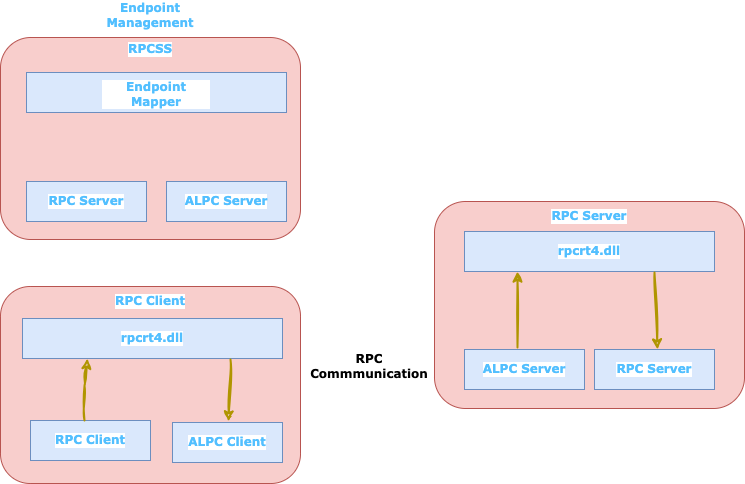
Above: Architecture.drawio.png in raghavmishra/diagrams (draw.io), before the change. Source tidied: cells renumbered, new cells last; positions are measured from the earlier drawing's top-left corner, leaving out a move shared by most shapes.
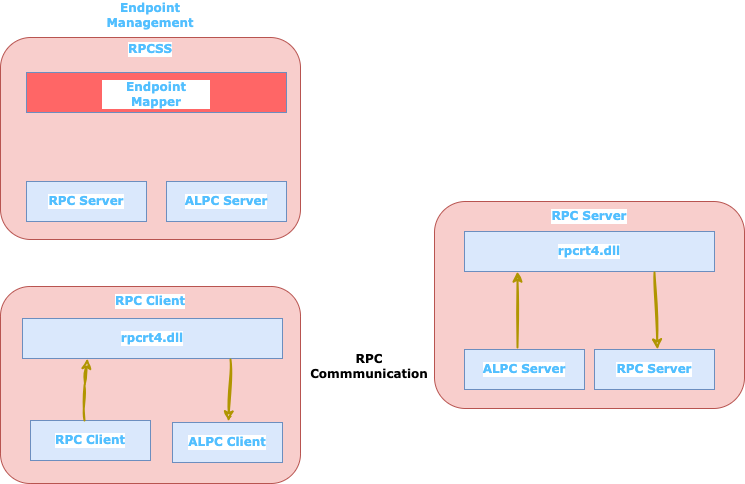
The same file after the commit.

The edit, as a diff of the source:
```diff
@@ -29,7 +29,7 @@
     <mxCell id="10" value="ALPC Client" style="rounded=0;whiteSpace=wrap;html=1;fillColor=#dae8fc;strokeColor=#6c8ebf;labelBackgroundColor=default;fontFamily=Verdana;fontStyle=1;fontColor=#52BFFF;" parent="1" vertex="1">
       <mxGeometry x="172" y="422" width="110" height="40" as="geometry" />
     </mxCell>
-    <mxCell id="11" style="rounded=0;whiteSpace=wrap;html=1;fillColor=#dae8fc;strokeColor=#6c8ebf;" parent="1" vertex="1">
+    <mxCell id="11" style="rounded=0;whiteSpace=wrap;html=1;fillColor=#FF6666;strokeColor=#6c8ebf;" parent="1" vertex="1">
       <mxGeometry x="26" y="72" width="260" height="40" as="geometry" />
     </mxCell>
     <mxCell id="12" value="RPC Server" style="rounded=0;whiteSpace=wrap;html=1;fillColor=#dae8fc;strokeColor=#6c8ebf;fontFamily=Verdana;fontStyle=1;labelBackgroundColor=default;fontColor=#52BFFF;" parent="1" vertex="1">
```
